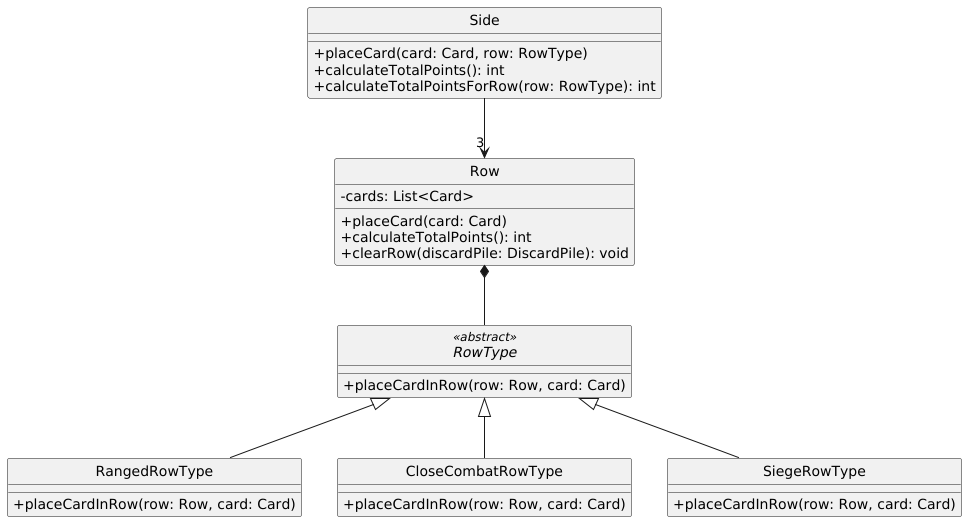
The PlantUML diagram diagrams/classes/side.png in Yonhir/algo3_proyecto_base_tp2, before a commit. Source of this version:
```plantuml
@startuml

skinparam monochrome true
hide circle
skinparam classAttributeIconSize 0


class Side {
  +placeCard(card: Card, row: RowType)
  +calculateTotalPoints(): int
  +calculateTotalPointsForRow(row: RowType): int
}

class Row {
  -cards: List<Card>
  +placeCard(card: Card)
  +calculateTotalPoints(): int
  +clearRow(discardPile: DiscardPile): void
}

abstract class RowType <<abstract>> {
  +placeCardInRow(row: Row, card: Card)
}

class RangedRowType extends RowType {
  +placeCardInRow(row: Row, card: Card)
}

class CloseCombatRowType extends RowType {
  +placeCardInRow(row: Row, card: Card)
}

class SiegeRowType extends RowType {
  +placeCardInRow(row: Row, card: Card)
}


Side --> "3" Row
Row *-- RowType

@enduml
```
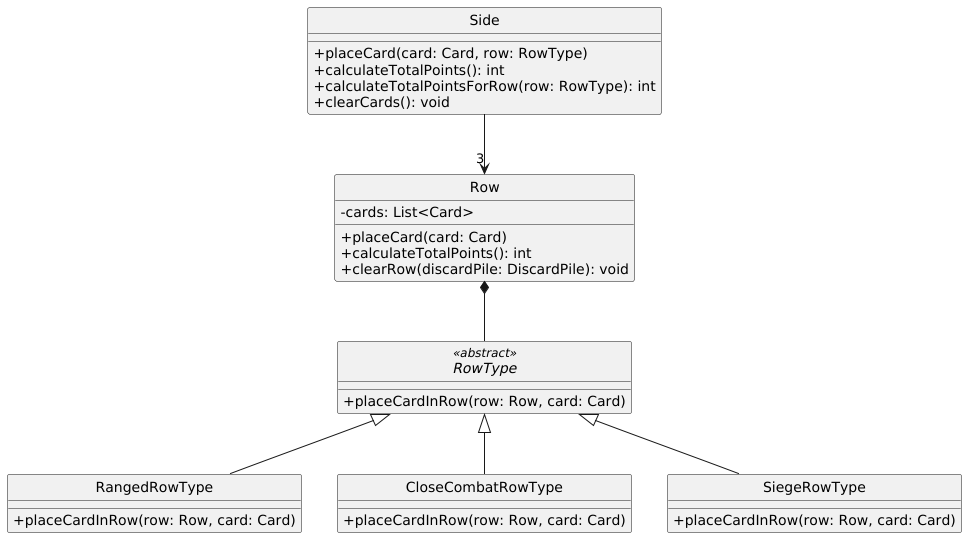
Above is the later version.

Commit message:
cambio en el nombre de un método de la clase Side

Change to the diagram source:
```diff
@@ -9,6 +9,7 @@
   +placeCard(card: Card, row: RowType)
   +calculateTotalPoints(): int
   +calculateTotalPointsForRow(row: RowType): int
+  +clearCards(): void
 }
 
 class Row {
```
